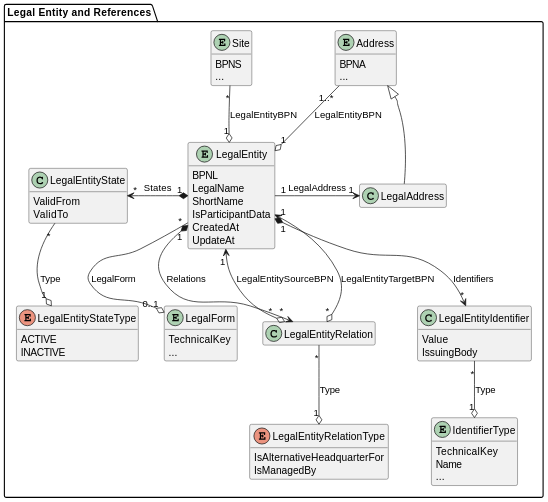
The PlantUML diagram docs/standards/CX-0012-BusinessPartnerDataPoolAPI/assets/diagrams/class/legal-entity.svg in catenax-eV/catenax-ev.github.io, before a commit.
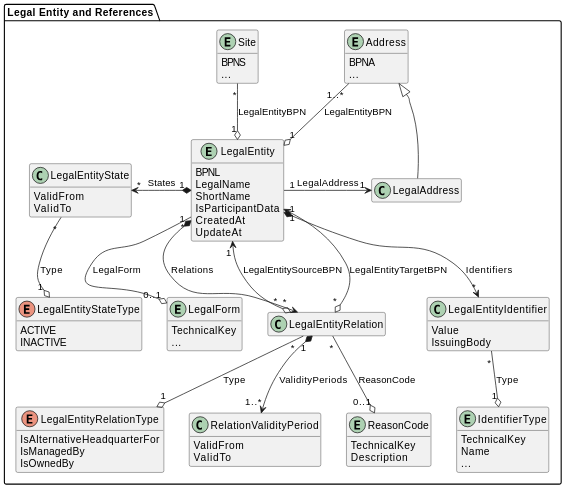
Above is the later version.

The edit, as a diff of the source:
```diff
@@ -42,6 +42,17 @@
   enum LegalEntityRelationType {
     IsAlternativeHeadquarterFor
     IsManagedBy
+    IsOwnedBy
+  }
+
+  class RelationValidityPeriod {
+    ValidFrom
+    ValidTo
+  }
+
+  entity ReasonCode {
+    TechnicalKey
+    Description
   }
 
   entity IdentifierType {
@@ -75,6 +86,8 @@
   LegalEntityRelation "*" --o "1" LegalEntityRelationType : Type
   LegalEntityRelation "*" o--> "1" LegalEntity : LegalEntitySourceBPN
   LegalEntityRelation "*" o--> "1" LegalEntity : LegalEntityTargetBPN
+  LegalEntityRelation "1" *-d-> "1..*" RelationValidityPeriod : ValidityPeriods
+  LegalEntityRelation "*" -d-o "0..1" ReasonCode : ReasonCode
 
 
   LegalEntity "*" -d-o "0..1" LegalForm : LegalForm
```
